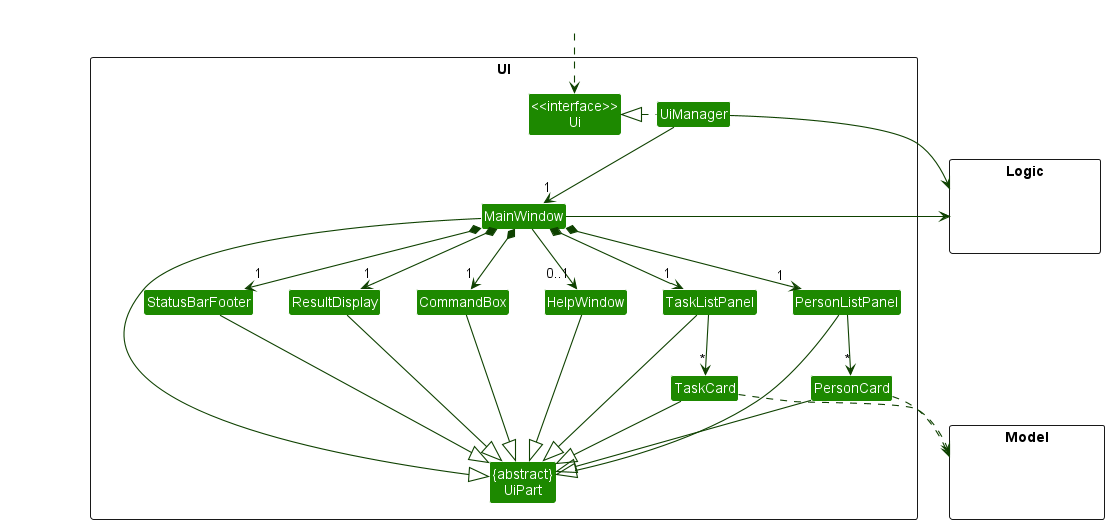
Above: docs/images/UiClassDiagram.png in nus-cs2103-AY2223S1/tp (PlantUML), before the change.
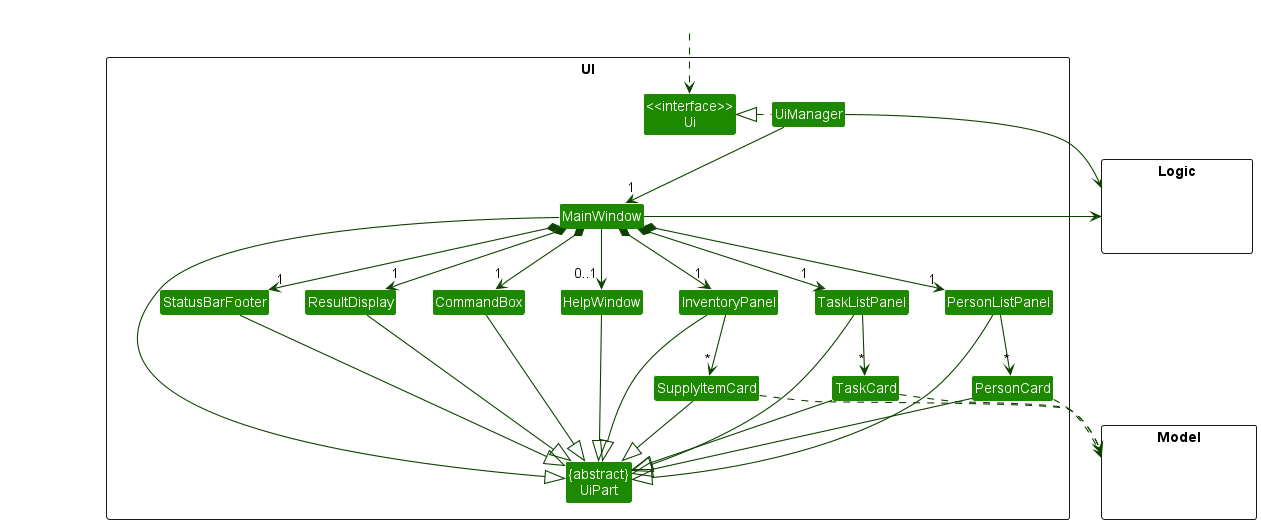
Above is the later version.

Commit message:
Updates to DG in accordance to new changes to Storage and Model interfaces

Change to the diagram source:
```diff
@@ -15,6 +15,8 @@
 Class PersonCard
 Class TaskListPanel
 Class TaskCard
+Class InventoryPanel
+Class SupplyItemCard
 Class StatusBarFooter
 Class CommandBox
 }
@@ -36,11 +38,13 @@
 MainWindow *-down-> "1" ResultDisplay
 MainWindow *-down-> "1" PersonListPanel
 MainWindow *-down-> "1" TaskListPanel
+MainWindow *-down-> "1" InventoryPanel
 MainWindow *-down-> "1" StatusBarFooter
 MainWindow --> "0..1" HelpWindow
 
 PersonListPanel -down-> "*" PersonCard
 TaskListPanel -down-> "*" TaskCard
+InventoryPanel -down-> "*" SupplyItemCard
 
 MainWindow -left-|> UiPart
 
@@ -48,18 +52,22 @@
 CommandBox --|> UiPart
 PersonListPanel --|> UiPart
 TaskListPanel --|> UiPart
+InventoryPanel --|> UiPart
 TaskCard --|> UiPart
 PersonCard --|> UiPart
+SupplyItemCard --|> UiPart
 StatusBarFooter --|> UiPart
 HelpWindow --|> UiPart
 
 TaskCard ..> Model
 PersonCard ..> Model
+SupplyItemCard ..> Model
 UiManager -right-> Logic
 MainWindow -left-> Logic
 
 PersonListPanel -[hidden]left- HelpWindow
 TaskListPanel -[hidden]left- HelpWindow
+InventoryPanel -[hidden]left- HelpWindow
 HelpWindow -[hidden]left- CommandBox
 CommandBox -[hidden]left- ResultDisplay
 ResultDisplay -[hidden]left- StatusBarFooter
```
